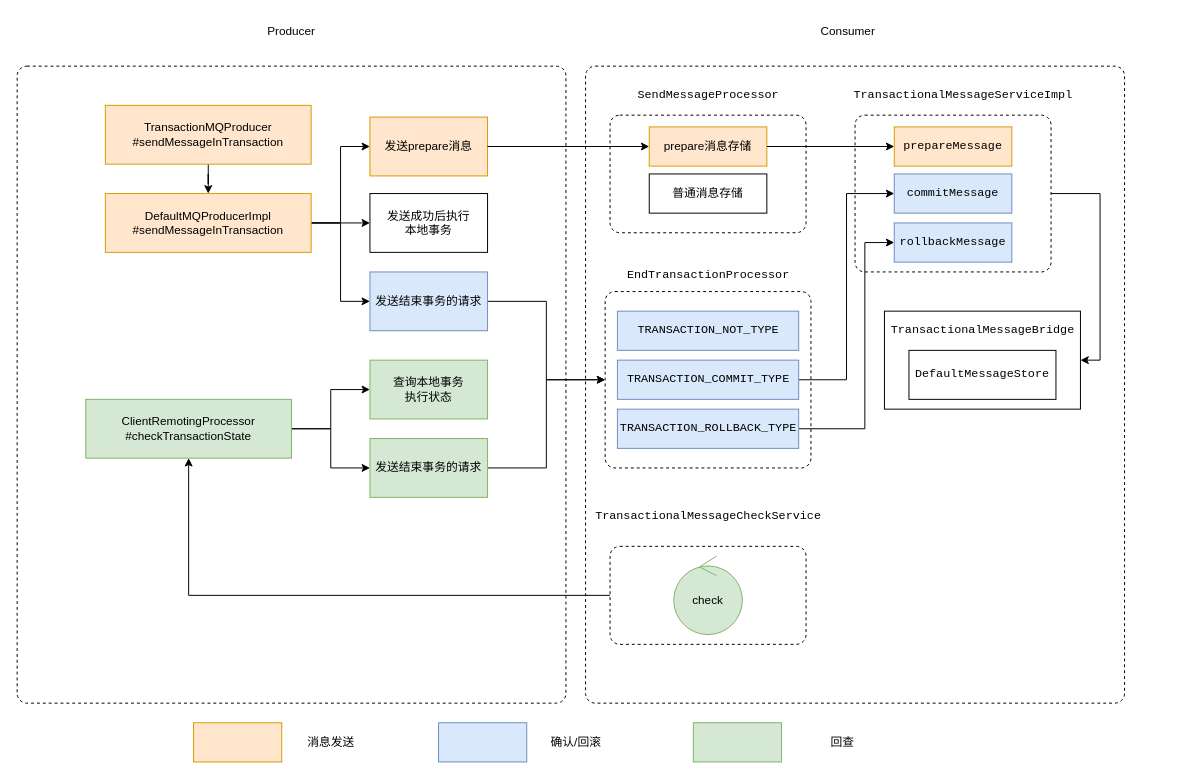
The draw.io diagram rocketmq/事务消息.drawio in erlieStar/diagrams, before the edit. Source tidied: cells renumbered, new cells numbered last; positions are measured from the earlier drawing's top-left corner, leaving out a move shared by most shapes. Both pictures are drawn from the tidied source at 98%, with x=0, y=0 at pixel (17, 17).
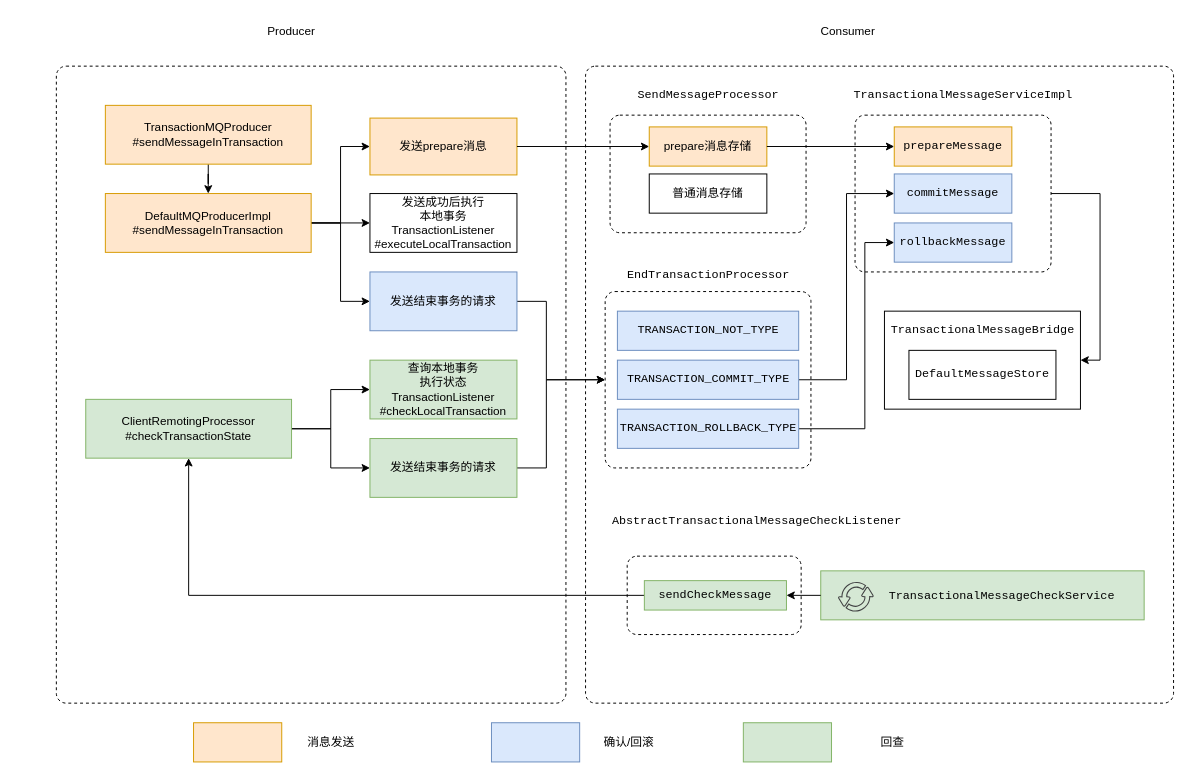
After the change.

Unchanged cells that the change refers to:
```xml
<mxCell id="25" style="html=1;align=center;verticalAlign=top;rounded=1;absoluteArcSize=1;arcSize=20;dashed=1;" parent="1" vertex="1">
  <mxGeometry x="600" y="280" width="210" height="180" as="geometry" />
</mxCell>
<mxCell id="42" value="&lt;span&gt;ClientRemotingProcessor&lt;/span&gt;&lt;br&gt;&lt;span&gt;#checkTransactionState&lt;br&gt;&lt;/span&gt;" style="rounded=0;whiteSpace=wrap;html=1;fillColor=#d5e8d4;strokeColor=#82b366;" parent="1" vertex="1">
  <mxGeometry x="70" y="390" width="210" height="60" as="geometry" />
</mxCell>
```

What changed in the source:
```diff
@@
     <mxCell id="2" style="html=1;align=center;verticalAlign=top;rounded=1;absoluteArcSize=1;arcSize=20;dashed=1;" parent="1" vertex="1">
-      <mxGeometry x="580" y="50" width="550" height="650" as="geometry" />
+      <mxGeometry x="580" y="50" width="600" height="650" as="geometry" />
     </mxCell>
     <mxCell id="3" style="html=1;align=center;verticalAlign=top;rounded=1;absoluteArcSize=1;arcSize=20;dashed=1;" parent="1" vertex="1">
-      <mxGeometry y="50" width="560" height="650" as="geometry" />
+      <mxGeometry x="40" y="50" width="520" height="650" as="geometry" />
     </mxCell>
@@
     <mxCell id="11" value="发送prepare消息" style="rounded=0;whiteSpace=wrap;html=1;fillColor=#ffe6cc;strokeColor=#d79b00;" parent="1" vertex="1">
-      <mxGeometry x="360" y="102" width="120" height="60" as="geometry" />
+      <mxGeometry x="360" y="103" width="150" height="58" as="geometry" />
     </mxCell>
-    <mxCell id="12" value="发送成功后执行&lt;br&gt;本地事务" style="rounded=0;whiteSpace=wrap;html=1;" parent="1" vertex="1">
-      <mxGeometry x="360" y="180" width="120" height="60" as="geometry" />
+    <mxCell id="12" value="发送成功后执行&lt;br&gt;本地事务&lt;br&gt;TransactionListener&lt;br&gt;#executeLocalTransaction" style="rounded=0;whiteSpace=wrap;html=1;" parent="1" vertex="1">
+      <mxGeometry x="360" y="180" width="150" height="60" as="geometry" />
     </mxCell>
     <mxCell id="13" style="edgeStyle=orthogonalEdgeStyle;rounded=0;jettySize=auto;html=1;exitX=1;exitY=0.5;exitDx=0;exitDy=0;entryX=0;entryY=0.5;entryDx=0;entryDy=0;" parent="1" edge="1" source="14" target="25">
-      <mxGeometry relative="1" as="geometry" />
+      <mxGeometry relative="1" as="geometry">
+        <Array as="points">
+          <mxPoint x="540" y="290" />
+          <mxPoint x="540" y="370" />
+        </Array>
+      </mxGeometry>
     </mxCell>
     <mxCell id="14" value="发送结束事务的请求" style="rounded=0;whiteSpace=wrap;html=1;fillColor=#dae8fc;strokeColor=#6c8ebf;" parent="1" vertex="1">
-      <mxGeometry x="360" y="260" width="120" height="60" as="geometry" />
+      <mxGeometry x="360" y="260" width="150" height="60" as="geometry" />
     </mxCell>
@@
-    <mxCell id="36" style="edgeStyle=orthogonalEdgeStyle;rounded=0;jettySize=auto;html=1;exitX=0;exitY=0.5;exitDx=0;exitDy=0;entryX=0.5;entryY=1;entryDx=0;entryDy=0;" parent="1" edge="1" source="37" target="42">
-      <mxGeometry relative="1" as="geometry" />
-    </mxCell>
-    <mxCell id="37" style="html=1;align=center;verticalAlign=top;rounded=1;absoluteArcSize=1;arcSize=20;dashed=1;" parent="1" vertex="1">
-      <mxGeometry x="605" y="540" width="200" height="100" as="geometry" />
-    </mxCell>
-    <mxCell id="38" value="&lt;pre&gt;TransactionalMessageCheckService&lt;/pre&gt;" style="text;html=1;align=center;verticalAlign=middle;strokeColor=none;fillColor=none;" parent="1" vertex="1">
-      <mxGeometry x="580" y="490" width="250" height="40" as="geometry" />
-    </mxCell>
-    <mxCell id="39" value="check" style="ellipse;shape=umlControl;whiteSpace=wrap;html=1;fillColor=#d5e8d4;strokeColor=#82b366;" parent="1" vertex="1">
-      <mxGeometry x="670" y="550" width="70" height="80" as="geometry" />
-    </mxCell>
@@
-    <mxCell id="43" value="查询本地事务&lt;br&gt;执行状态" style="rounded=0;whiteSpace=wrap;html=1;fillColor=#d5e8d4;strokeColor=#82b366;" parent="1" vertex="1">
-      <mxGeometry x="360" y="350" width="120" height="60" as="geometry" />
+    <mxCell id="43" value="查询本地事务&lt;br&gt;执行状态&lt;br&gt;TransactionListener&lt;br&gt;#checkLocalTransaction" style="rounded=0;whiteSpace=wrap;html=1;fillColor=#d5e8d4;strokeColor=#82b366;" parent="1" vertex="1">
+      <mxGeometry x="360" y="350" width="150" height="60" as="geometry" />
     </mxCell>
     <mxCell id="44" style="edgeStyle=orthogonalEdgeStyle;rounded=0;jettySize=auto;html=1;exitX=1;exitY=0.5;exitDx=0;exitDy=0;entryX=0;entryY=0.5;entryDx=0;entryDy=0;" parent="1" edge="1" source="45" target="25">
-      <mxGeometry relative="1" as="geometry" />
+      <mxGeometry relative="1" as="geometry">
+        <Array as="points">
+          <mxPoint x="540" y="460" />
+          <mxPoint x="540" y="370" />
+        </Array>
+      </mxGeometry>
     </mxCell>
     <mxCell id="45" value="发送结束事务的请求" style="rounded=0;whiteSpace=wrap;html=1;fillColor=#d5e8d4;strokeColor=#82b366;" parent="1" vertex="1">
-      <mxGeometry x="360" y="430" width="120" height="60" as="geometry" />
+      <mxGeometry x="360" y="430" width="150" height="60" as="geometry" />
     </mxCell>
@@
     <mxCell id="50" style="rounded=0;whiteSpace=wrap;html=1;fillColor=#dae8fc;strokeColor=#6c8ebf;" parent="1" vertex="1">
-      <mxGeometry x="430" y="720" width="90" height="40" as="geometry" />
+      <mxGeometry x="484" y="720" width="90" height="40" as="geometry" />
     </mxCell>
     <mxCell id="51" value="确认/回滚" style="text;html=1;align=center;verticalAlign=middle;strokeColor=none;fillColor=none;" parent="1" vertex="1">
-      <mxGeometry x="535" y="730" width="70" height="20" as="geometry" />
+      <mxGeometry x="589" y="730" width="70" height="20" as="geometry" />
     </mxCell>
     <mxCell id="52" style="rounded=0;whiteSpace=wrap;html=1;fillColor=#d5e8d4;strokeColor=#82b366;" parent="1" vertex="1">
-      <mxGeometry x="690" y="720" width="90" height="40" as="geometry" />
+      <mxGeometry x="741" y="720" width="90" height="40" as="geometry" />
     </mxCell>
     <mxCell id="53" value="回查" style="text;html=1;align=center;verticalAlign=middle;strokeColor=none;fillColor=none;" parent="1" vertex="1">
-      <mxGeometry x="822" y="730" width="40" height="20" as="geometry" />
+      <mxGeometry x="873" y="730" width="40" height="20" as="geometry" />
     </mxCell>
+    <mxCell id="54" value="&lt;pre&gt;&lt;pre&gt;&lt;br&gt;&lt;/pre&gt;&lt;/pre&gt;" style="rounded=0;whiteSpace=wrap;html=1;fillColor=#d5e8d4;strokeColor=#82b366;" parent="1" vertex="1">
+      <mxGeometry x="820" y="565" width="330" height="50" as="geometry" />
+    </mxCell>
+    <mxCell id="55" style="sketch=0;shadow=0;dashed=0;html=1;strokeColor=none;fillColor=#434445;labelPosition=center;verticalLabelPosition=bottom;verticalAlign=top;align=center;shape=mxgraph.vvd.business_continuity_data_protection;" parent="1" vertex="1">
+      <mxGeometry x="837.5" y="576.2" width="36.6" height="31.5" as="geometry" />
+    </mxCell>
+    <mxCell id="38" value="&lt;pre&gt;TransactionalMessageCheckService&lt;/pre&gt;" style="text;html=1;strokeColor=none;fillColor=none;align=center;verticalAlign=middle;whiteSpace=wrap;rounded=0;" parent="1" vertex="1">
+      <mxGeometry x="975" y="576.2" width="60" height="30" as="geometry" />
+    </mxCell>
+    <mxCell id="56" value="&lt;pre&gt;AbstractTransactionalMessageCheckListener&lt;/pre&gt;" style="text;html=1;strokeColor=none;fillColor=none;align=center;verticalAlign=middle;whiteSpace=wrap;rounded=0;" parent="1" vertex="1">
+      <mxGeometry x="725" y="500" width="60" height="30" as="geometry" />
+    </mxCell>
+    <mxCell id="57" style="html=1;align=center;verticalAlign=top;rounded=1;absoluteArcSize=1;arcSize=20;dashed=1;" parent="1" vertex="1">
+      <mxGeometry x="622.5" y="550" width="177.5" height="80" as="geometry" />
+    </mxCell>
+    <mxCell id="58" style="edgeStyle=orthogonalEdgeStyle;rounded=0;jettySize=auto;html=1;exitX=1;exitY=0.5;exitDx=0;exitDy=0;entryX=0;entryY=0.5;entryDx=0;entryDy=0;startArrow=classic;startFill=1;endArrow=none;endFill=0;" parent="1" edge="1" source="60" target="54">
+      <mxGeometry relative="1" as="geometry" />
+    </mxCell>
+    <mxCell id="59" style="edgeStyle=orthogonalEdgeStyle;rounded=0;jettySize=auto;html=1;exitX=0;exitY=0.5;exitDx=0;exitDy=0;entryX=0.5;entryY=1;entryDx=0;entryDy=0;startArrow=none;startFill=0;endArrow=classic;endFill=1;" parent="1" edge="1" source="60" target="42">
+      <mxGeometry relative="1" as="geometry" />
+    </mxCell>
+    <mxCell id="60" value="&lt;pre&gt;sendCheckMessage&lt;/pre&gt;" style="rounded=0;whiteSpace=wrap;html=1;fillColor=#d5e8d4;strokeColor=#82b366;" parent="1" vertex="1">
+      <mxGeometry x="640" y="575" width="145" height="30" as="geometry" />
+    </mxCell>
```
